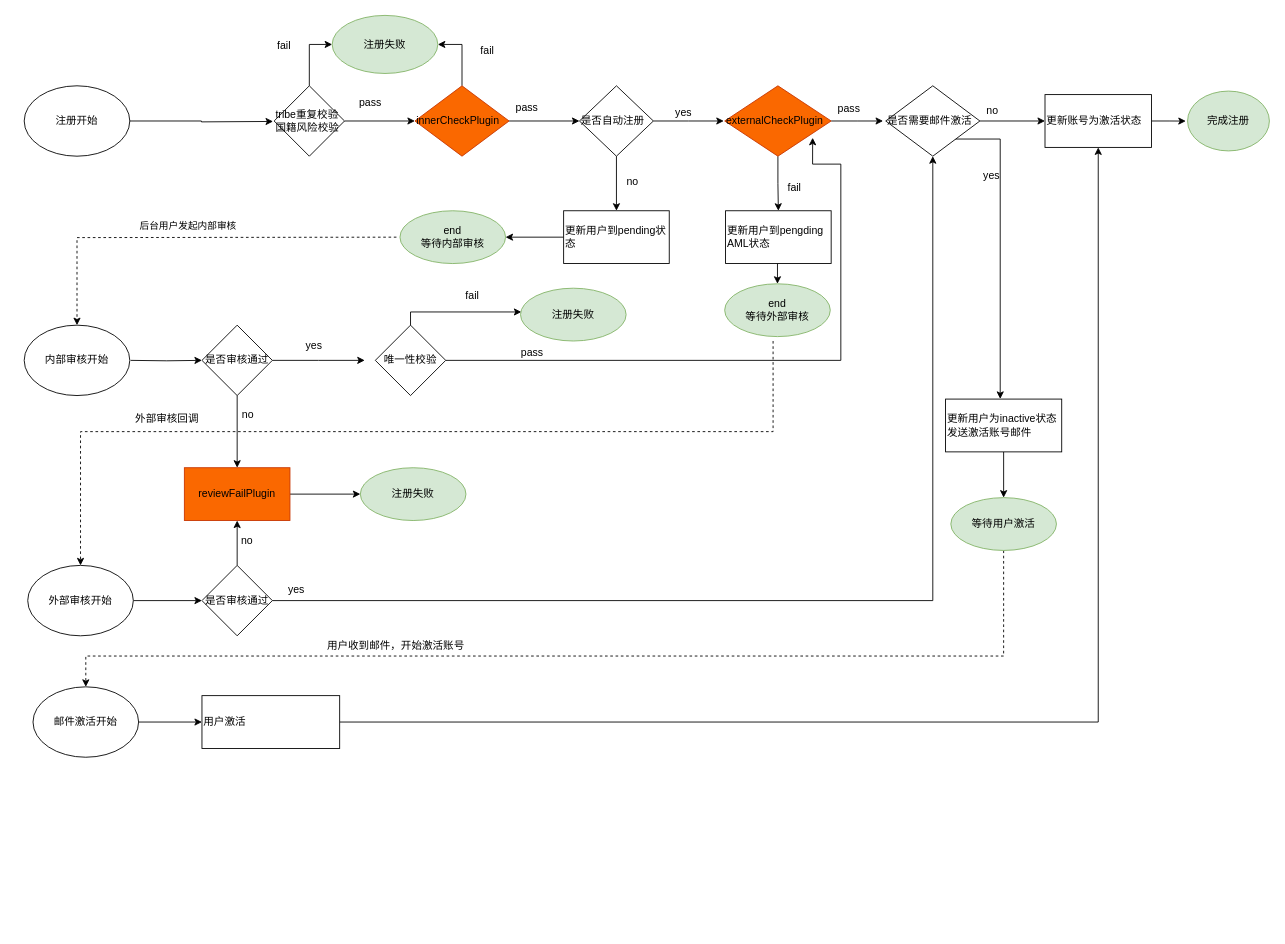
Above: page "Page-12" (12 of 13) of Untitled Diagram.drawio in wang86924324/workstation (draw.io), before the change. Source tidied: cells renumbered, new cells numbered last; positions are measured from the earlier drawing's top-left corner, leaving out a move shared by most shapes. Both pictures are drawn from the tidied source at 88%, with x=0, y=0 at pixel (24, 15).
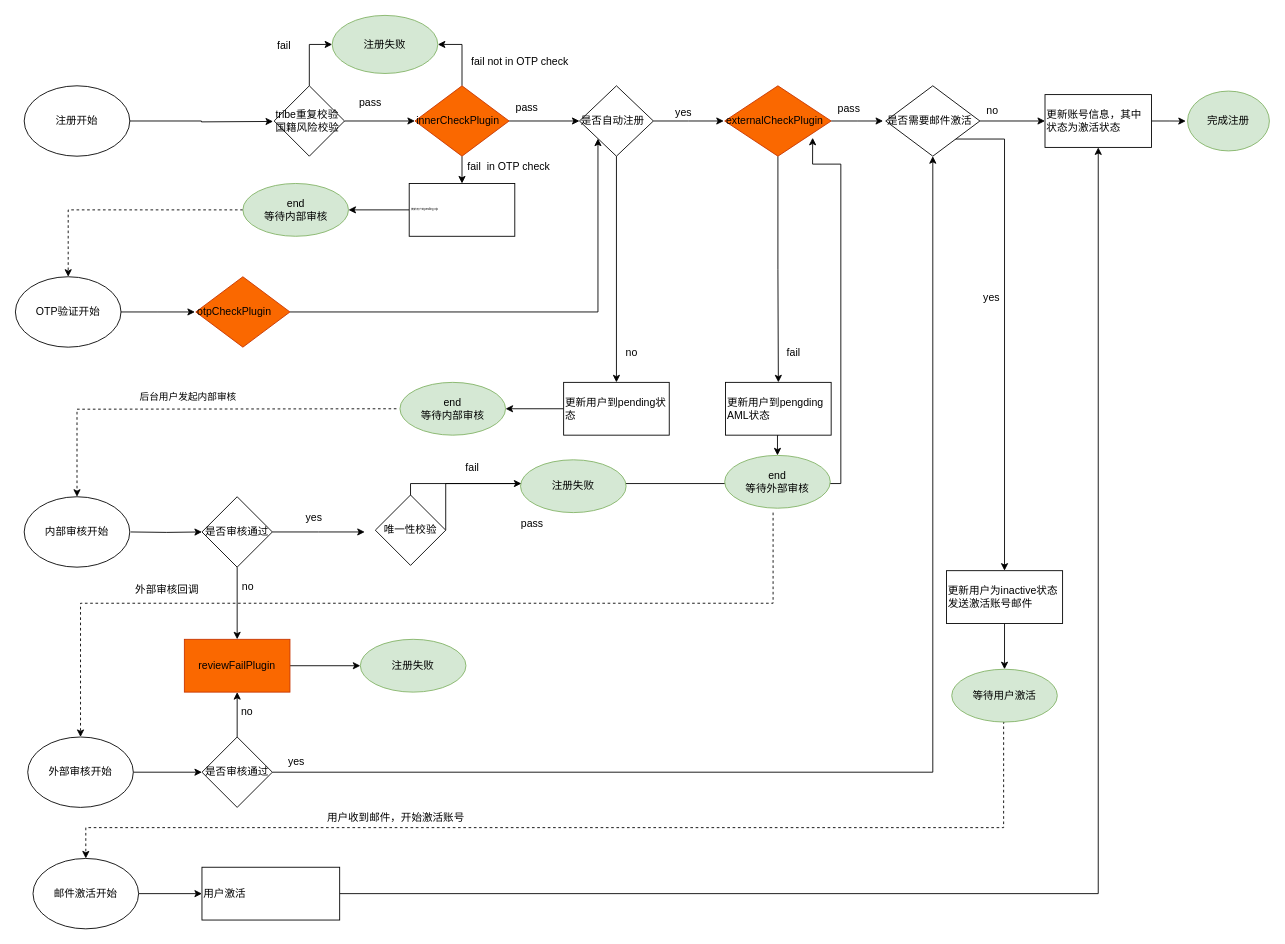
The same page after the edit.

The change refers to these unchanged cells:
```xml
<mxCell id="9" value="&lt;font style=&quot;font-size: 12px&quot;&gt;innerCheckPlugin&lt;/font&gt;" style="rhombus;whiteSpace=wrap;html=1;rounded=0;fontSize=3;align=left;fillColor=#fa6800;strokeColor=#C73500;fontColor=#000000;" parent="1" vertex="1">
  <mxGeometry x="444" y="80" width="107" height="80" as="geometry" />
</mxCell>
<mxCell id="14" value="&lt;font style=&quot;font-size: 12px&quot;&gt;是否自动注册&lt;/font&gt;" style="rhombus;whiteSpace=wrap;html=1;rounded=0;fontSize=3;align=left;" parent="1" vertex="1">
  <mxGeometry x="631" y="80" width="84" height="80" as="geometry" />
</mxCell>
<mxCell id="19" value="&lt;font style=&quot;font-size: 12px&quot;&gt;externalCheckPlugin&lt;/font&gt;" style="rhombus;whiteSpace=wrap;html=1;rounded=0;fontSize=3;align=left;fillColor=#fa6800;strokeColor=#C73500;fontColor=#000000;" parent="1" vertex="1">
  <mxGeometry x="796" y="80" width="121" height="80" as="geometry" />
</mxCell>
```

What changed in the source:
```diff
@@
+    <mxCell id="75" style="edgeStyle=orthogonalEdgeStyle;rounded=0;jettySize=auto;html=1;exitX=0.5;exitY=1;exitDx=0;exitDy=0;entryX=0.5;entryY=0;entryDx=0;entryDy=0;" parent="1" edge="1" source="9" target="77">
+      <mxGeometry relative="1" as="geometry" />
+    </mxCell>
@@
-    <mxCell id="21" style="edgeStyle=orthogonalEdgeStyle;rounded=0;orthogonalLoop=1;jettySize=auto;html=1;exitX=1;exitY=1;exitDx=0;exitDy=0;entryX=0.5;entryY=0;entryDx=0;entryDy=0;" parent="1" edge="1">
+    <mxCell id="21" style="edgeStyle=orthogonalEdgeStyle;rounded=0;jettySize=auto;html=1;exitX=1;exitY=1;exitDx=0;exitDy=0;entryX=0.5;entryY=0;entryDx=0;entryDy=0;" parent="1" edge="1" target="29">
       <mxGeometry relative="1" as="geometry">
         <mxPoint x="1055" y="140.5" as="sourcePoint" />
-        <mxPoint x="1109.1" y="435.8" as="targetPoint" />
         <Array as="points">
-          <mxPoint x="1109" y="140" />
+          <mxPoint x="1114" y="141" />
         </Array>
       </mxGeometry>
     </mxCell>
@@
-    <mxCell id="25" value="&lt;font style=&quot;font-size: 12px&quot;&gt;更新账号为激活状态&lt;/font&gt;" style="whiteSpace=wrap;html=1;rounded=0;fontSize=3;align=left;" parent="1" vertex="1">
+    <mxCell id="25" value="&lt;font style=&quot;font-size: 12px&quot;&gt;更新账号信息，其中状态为激活状态&lt;/font&gt;" style="whiteSpace=wrap;html=1;rounded=0;fontSize=3;align=left;" parent="1" vertex="1">
       <mxGeometry x="1160" y="90" width="121" height="60" as="geometry" />
     </mxCell>
@@
     <mxCell id="27" style="edgeStyle=orthogonalEdgeStyle;rounded=0;jettySize=auto;html=1;entryX=0.5;entryY=0;entryDx=0;entryDy=0;dashed=1;exitX=0.5;exitY=1;exitDx=0;exitDy=0;" parent="1" edge="1" source="69" target="59">
       <mxGeometry relative="1" as="geometry">
         <Array as="points">
-          <mxPoint x="1113" y="728" />
-          <mxPoint x="70" y="728" />
+          <mxPoint x="1113" y="923" />
+          <mxPoint x="70" y="923" />
         </Array>
       </mxGeometry>
     </mxCell>
@@
     <mxCell id="29" value="&lt;font style=&quot;font-size: 12px&quot;&gt;更新用户为inactive状态&lt;br&gt;发送激活账号邮件&lt;/font&gt;" style="whiteSpace=wrap;html=1;rounded=0;fontSize=3;align=left;" parent="1" vertex="1">
-      <mxGeometry x="1047" y="436" width="132" height="60" as="geometry" />
+      <mxGeometry x="1048" y="631" width="132" height="60" as="geometry" />
     </mxCell>
@@
     <mxCell id="31" value="&lt;font style=&quot;font-size: 12px&quot;&gt;用户激活&lt;/font&gt;" style="whiteSpace=wrap;html=1;rounded=0;fontSize=3;align=left;" parent="1" vertex="1">
-      <mxGeometry x="202" y="773" width="156.5" height="60" as="geometry" />
+      <mxGeometry x="202" y="968" width="156.5" height="60" as="geometry" />
     </mxCell>
     <mxCell id="32" style="edgeStyle=orthogonalEdgeStyle;rounded=0;jettySize=auto;html=1;dashed=1;entryX=0.5;entryY=0;entryDx=0;entryDy=0;" parent="1" edge="1" target="39">
       <mxGeometry relative="1" as="geometry">
-        <mxPoint x="851" y="370" as="sourcePoint" />
+        <mxPoint x="851" y="565" as="sourcePoint" />
         <Array as="points">
-          <mxPoint x="851" y="473" />
-          <mxPoint x="64" y="473" />
+          <mxPoint x="851" y="668" />
+          <mxPoint x="64" y="668" />
         </Array>
       </mxGeometry>
     </mxCell>
@@
     <mxCell id="34" value="&lt;font style=&quot;font-size: 12px&quot;&gt;更新用户到pengding AML状态&lt;/font&gt;" style="whiteSpace=wrap;html=1;rounded=0;fontSize=3;align=left;" parent="1" vertex="1">
-      <mxGeometry x="797" y="222" width="120" height="60" as="geometry" />
+      <mxGeometry x="797" y="417" width="120" height="60" as="geometry" />
     </mxCell>
     <mxCell id="35" style="edgeStyle=orthogonalEdgeStyle;rounded=0;jettySize=auto;html=1;dashed=1;" parent="1" edge="1" target="47">
       <mxGeometry relative="1" as="geometry">
-        <mxPoint x="423" y="252" as="sourcePoint" />
+        <mxPoint x="423" y="447" as="sourcePoint" />
       </mxGeometry>
     </mxCell>
@@
     <mxCell id="37" value="&lt;font style=&quot;font-size: 12px&quot;&gt;更新用户到pending状态&lt;/font&gt;" style="whiteSpace=wrap;html=1;rounded=0;fontSize=3;align=left;" parent="1" vertex="1">
-      <mxGeometry x="613" y="222" width="120" height="60" as="geometry" />
+      <mxGeometry x="613" y="417" width="120" height="60" as="geometry" />
     </mxCell>
@@
     <mxCell id="39" value="外部审核开始" style="ellipse;whiteSpace=wrap;html=1;" parent="1" vertex="1">
-      <mxGeometry x="4" y="625" width="120" height="80" as="geometry" />
+      <mxGeometry x="4" y="820" width="120" height="80" as="geometry" />
     </mxCell>
@@
     <mxCell id="42" value="是否审核通过" style="rhombus;whiteSpace=wrap;html=1;" parent="1" vertex="1">
-      <mxGeometry x="202" y="625" width="80" height="80" as="geometry" />
+      <mxGeometry x="202" y="820" width="80" height="80" as="geometry" />
     </mxCell>
     <mxCell id="43" value="yes" style="text;html=1;align=center;verticalAlign=middle;strokeColor=none;" parent="1" vertex="1">
-      <mxGeometry x="294" y="644" width="29" height="18" as="geometry" />
+      <mxGeometry x="294" y="839" width="29" height="18" as="geometry" />
     </mxCell>
@@
     <mxCell id="45" value="&lt;span style=&quot;text-align: left&quot;&gt;reviewFailPlugin&lt;/span&gt;" style="whiteSpace=wrap;html=1;fillColor=#fa6800;strokeColor=#C73500;fontColor=#000000;" parent="1" vertex="1">
-      <mxGeometry x="182" y="514" width="120" height="60" as="geometry" />
+      <mxGeometry x="182" y="709" width="120" height="60" as="geometry" />
     </mxCell>
     <mxCell id="46" style="edgeStyle=orthogonalEdgeStyle;rounded=0;jettySize=auto;html=1;" parent="1" edge="1" target="50">
       <mxGeometry relative="1" as="geometry">
-        <mxPoint x="121" y="392" as="sourcePoint" />
+        <mxPoint x="121" y="587" as="sourcePoint" />
       </mxGeometry>
     </mxCell>
     <mxCell id="47" value="内部审核开始" style="ellipse;whiteSpace=wrap;html=1;" parent="1" vertex="1">
-      <mxGeometry y="352" width="120" height="80" as="geometry" />
+      <mxGeometry y="547" width="120" height="80" as="geometry" />
     </mxCell>
@@
     <mxCell id="49" style="edgeStyle=orthogonalEdgeStyle;rounded=0;jettySize=auto;html=1;" parent="1" edge="1" source="50">
       <mxGeometry relative="1" as="geometry">
-        <mxPoint x="387" y="392" as="targetPoint" />
+        <mxPoint x="387" y="587" as="targetPoint" />
       </mxGeometry>
     </mxCell>
     <mxCell id="50" value="&lt;span&gt;是否审核通过&lt;/span&gt;" style="rhombus;whiteSpace=wrap;html=1;" parent="1" vertex="1">
-      <mxGeometry x="202" y="352" width="80" height="80" as="geometry" />
+      <mxGeometry x="202" y="547" width="80" height="80" as="geometry" />
     </mxCell>
     <mxCell id="51" value="no" style="text;html=1;align=center;verticalAlign=middle;strokeColor=none;" parent="1" vertex="1">
-      <mxGeometry x="241" y="588" width="23" height="18" as="geometry" />
+      <mxGeometry x="241" y="783" width="23" height="18" as="geometry" />
     </mxCell>
     <mxCell id="52" value="no" style="text;html=1;align=center;verticalAlign=middle;strokeColor=none;" parent="1" vertex="1">
-      <mxGeometry x="242" y="445" width="23" height="18" as="geometry" />
+      <mxGeometry x="242" y="640" width="23" height="18" as="geometry" />
     </mxCell>
     <mxCell id="53" style="edgeStyle=orthogonalEdgeStyle;rounded=0;jettySize=auto;html=1;exitX=1;exitY=0.5;exitDx=0;exitDy=0;entryX=0.826;entryY=0.738;entryDx=0;entryDy=0;entryPerimeter=0;" parent="1" edge="1" source="55" target="19">
       <mxGeometry relative="1" as="geometry">
         <Array as="points">
-          <mxPoint x="928" y="392" />
+          <mxPoint x="928" y="532" />
           <mxPoint x="928" y="169" />
           <mxPoint x="896" y="169" />
         </Array>
       </mxGeometry>
     </mxCell>
     <mxCell id="54" style="edgeStyle=orthogonalEdgeStyle;rounded=0;jettySize=auto;html=1;exitX=0.5;exitY=0;exitDx=0;exitDy=0;" parent="1" edge="1" source="55">
       <mxGeometry relative="1" as="geometry">
-        <mxPoint x="565" y="337" as="targetPoint" />
+        <mxPoint x="565" y="532" as="targetPoint" />
         <Array as="points">
-          <mxPoint x="439" y="337" />
+          <mxPoint x="439" y="532" />
         </Array>
       </mxGeometry>
     </mxCell>
     <mxCell id="55" value="唯一性校验" style="rhombus;whiteSpace=wrap;html=1;" parent="1" vertex="1">
-      <mxGeometry x="399" y="352" width="80" height="80" as="geometry" />
+      <mxGeometry x="399" y="545" width="80" height="80" as="geometry" />
     </mxCell>
     <mxCell id="56" value="yes" style="text;html=1;align=center;verticalAlign=middle;strokeColor=none;" parent="1" vertex="1">
-      <mxGeometry x="314" y="367" width="29" height="18" as="geometry" />
+      <mxGeometry x="314" y="562" width="29" height="18" as="geometry" />
     </mxCell>
     <mxCell id="57" value="pass" style="text;html=1;align=center;verticalAlign=middle;strokeColor=none;" parent="1" vertex="1">
-      <mxGeometry x="559" y="374" width="35" height="18" as="geometry" />
+      <mxGeometry x="559" y="569" width="35" height="18" as="geometry" />
     </mxCell>
@@
     <mxCell id="59" value="邮件激活开始" style="ellipse;whiteSpace=wrap;html=1;" parent="1" vertex="1">
-      <mxGeometry x="10" y="763" width="120" height="80" as="geometry" />
+      <mxGeometry x="10" y="958" width="120" height="80" as="geometry" />
     </mxCell>
     <mxCell id="60" value="yes" style="text;html=1;align=center;verticalAlign=middle;strokeColor=none;" parent="1" vertex="1">
-      <mxGeometry x="1084" y="173" width="29" height="18" as="geometry" />
+      <mxGeometry x="1084" y="312" width="29" height="18" as="geometry" />
     </mxCell>
     <mxCell id="61" value="注册失败" style="ellipse;whiteSpace=wrap;html=1;fillColor=#d5e8d4;strokeColor=#82b366;" parent="1" vertex="1">
-      <mxGeometry x="382" y="514" width="120" height="60" as="geometry" />
+      <mxGeometry x="382" y="709" width="120" height="60" as="geometry" />
     </mxCell>
@@
-    <mxCell id="63" value="fail" style="text;html=1;align=center;verticalAlign=middle;strokeColor=none;" parent="1" vertex="1">
-      <mxGeometry x="513" y="31" width="25" height="18" as="geometry" />
+    <mxCell id="63" value="fail not in OTP check" style="text;html=1;align=center;verticalAlign=middle;strokeColor=none;" parent="1" vertex="1">
+      <mxGeometry x="502" y="44" width="121" height="18" as="geometry" />
     </mxCell>
     <mxCell id="64" value="no" style="text;html=1;align=center;verticalAlign=middle;strokeColor=none;" parent="1" vertex="1">
-      <mxGeometry x="679" y="180" width="23" height="18" as="geometry" />
+      <mxGeometry x="678" y="374" width="23" height="18" as="geometry" />
     </mxCell>
     <mxCell id="65" value="fail" style="text;html=1;align=center;verticalAlign=middle;strokeColor=none;" parent="1" vertex="1">
-      <mxGeometry x="862" y="187" width="25" height="18" as="geometry" />
+      <mxGeometry x="861" y="374" width="25" height="18" as="geometry" />
     </mxCell>
     <mxCell id="66" value="外部审核回调" style="text;html=1;align=center;verticalAlign=middle;strokeColor=none;" parent="1" vertex="1">
-      <mxGeometry x="121" y="449" width="82" height="18" as="geometry" />
+      <mxGeometry x="121" y="644" width="82" height="18" as="geometry" />
     </mxCell>
     <mxCell id="67" value="用户收到邮件，开始激活账号" style="text;html=1;align=center;verticalAlign=middle;strokeColor=none;" parent="1" vertex="1">
-      <mxGeometry x="339" y="708" width="166" height="18" as="geometry" />
+      <mxGeometry x="339" y="903" width="166" height="18" as="geometry" />
     </mxCell>
     <mxCell id="68" value="注册失败" style="ellipse;whiteSpace=wrap;html=1;fillColor=#d5e8d4;strokeColor=#82b366;" parent="1" vertex="1">
-      <mxGeometry x="564" y="310" width="120" height="60" as="geometry" />
+      <mxGeometry x="564" y="505" width="120" height="60" as="geometry" />
     </mxCell>
     <mxCell id="69" value="等待用户激活" style="ellipse;whiteSpace=wrap;html=1;fillColor=#d5e8d4;strokeColor=#82b366;" parent="1" vertex="1">
-      <mxGeometry x="1053" y="548" width="120" height="60" as="geometry" />
+      <mxGeometry x="1054" y="743" width="120" height="60" as="geometry" />
     </mxCell>
     <mxCell id="70" value="fail" style="text;html=1;align=center;verticalAlign=middle;strokeColor=none;" parent="1" vertex="1">
-      <mxGeometry x="496" y="310" width="25" height="18" as="geometry" />
+      <mxGeometry x="496" y="505" width="25" height="18" as="geometry" />
     </mxCell>
     <mxCell id="71" value="&lt;span style=&quot;font-size: 11px&quot;&gt;后台用户发起内部审核&lt;/span&gt;" style="text;html=1;align=center;verticalAlign=middle;strokeColor=none;" parent="1" vertex="1">
-      <mxGeometry x="121" y="230" width="130" height="18" as="geometry" />
+      <mxGeometry x="121" y="425" width="130" height="18" as="geometry" />
     </mxCell>
     <mxCell id="72" value="end&lt;br&gt;等待内部审核" style="ellipse;whiteSpace=wrap;html=1;fillColor=#d5e8d4;strokeColor=#82b366;" parent="1" vertex="1">
-      <mxGeometry x="427" y="222" width="120" height="60" as="geometry" />
+      <mxGeometry x="427" y="417" width="120" height="60" as="geometry" />
     </mxCell>
     <mxCell id="73" value="end&lt;br&gt;等待外部审核" style="ellipse;whiteSpace=wrap;html=1;fillColor=#d5e8d4;strokeColor=#82b366;" parent="1" vertex="1">
-      <mxGeometry x="796" y="305" width="120" height="60" as="geometry" />
+      <mxGeometry x="796" y="500" width="120" height="60" as="geometry" />
     </mxCell>
@@
+    <mxCell id="76" style="edgeStyle=orthogonalEdgeStyle;rounded=0;jettySize=auto;html=1;exitX=0;exitY=0.5;exitDx=0;exitDy=0;entryX=1;entryY=0.5;entryDx=0;entryDy=0;" parent="1" edge="1" source="77" target="82">
+      <mxGeometry relative="1" as="geometry" />
+    </mxCell>
+    <mxCell id="77" value="更新用户到pending otp" style="whiteSpace=wrap;html=1;rounded=0;fontSize=3;align=left;" parent="1" vertex="1">
+      <mxGeometry x="437.5" y="191" width="120" height="60" as="geometry" />
+    </mxCell>
+    <mxCell id="78" value="fail&amp;nbsp; in OTP check" style="text;html=1;align=left;verticalAlign=middle;strokeColor=none;" parent="1" vertex="1">
+      <mxGeometry x="502" y="163" width="104" height="18" as="geometry" />
+    </mxCell>
+    <mxCell id="79" style="edgeStyle=orthogonalEdgeStyle;rounded=0;jettySize=auto;html=1;exitX=1;exitY=0.5;exitDx=0;exitDy=0;entryX=0;entryY=0.5;entryDx=0;entryDy=0;" parent="1" edge="1" source="80">
+      <mxGeometry relative="1" as="geometry">
+        <mxPoint x="194" y="337" as="targetPoint" />
+      </mxGeometry>
+    </mxCell>
+    <mxCell id="80" value="OTP验证开始" style="ellipse;whiteSpace=wrap;html=1;" parent="1" vertex="1">
+      <mxGeometry x="-10" y="297" width="120" height="80" as="geometry" />
+    </mxCell>
+    <mxCell id="81" style="edgeStyle=orthogonalEdgeStyle;rounded=0;jettySize=auto;html=1;exitX=0;exitY=0.5;exitDx=0;exitDy=0;entryX=0.5;entryY=0;entryDx=0;entryDy=0;dashed=1;" parent="1" edge="1" source="82" target="80">
+      <mxGeometry relative="1" as="geometry" />
+    </mxCell>
+    <mxCell id="82" value="end&lt;br&gt;等待内部审核" style="ellipse;whiteSpace=wrap;html=1;fillColor=#d5e8d4;strokeColor=#82b366;" parent="1" vertex="1">
+      <mxGeometry x="248.5" y="191" width="120" height="60" as="geometry" />
+    </mxCell>
+    <mxCell id="83" style="edgeStyle=orthogonalEdgeStyle;rounded=0;jettySize=auto;html=1;entryX=0;entryY=1;entryDx=0;entryDy=0;" parent="1" edge="1" source="84" target="14">
+      <mxGeometry relative="1" as="geometry" />
+    </mxCell>
+    <mxCell id="84" value="&lt;font style=&quot;font-size: 12px&quot;&gt;otpCheckPlugin&lt;/font&gt;" style="rhombus;whiteSpace=wrap;html=1;rounded=0;fontSize=3;align=left;fillColor=#fa6800;strokeColor=#C73500;fontColor=#000000;" parent="1" vertex="1">
+      <mxGeometry x="195" y="297" width="107" height="80" as="geometry" />
+    </mxCell>
```
